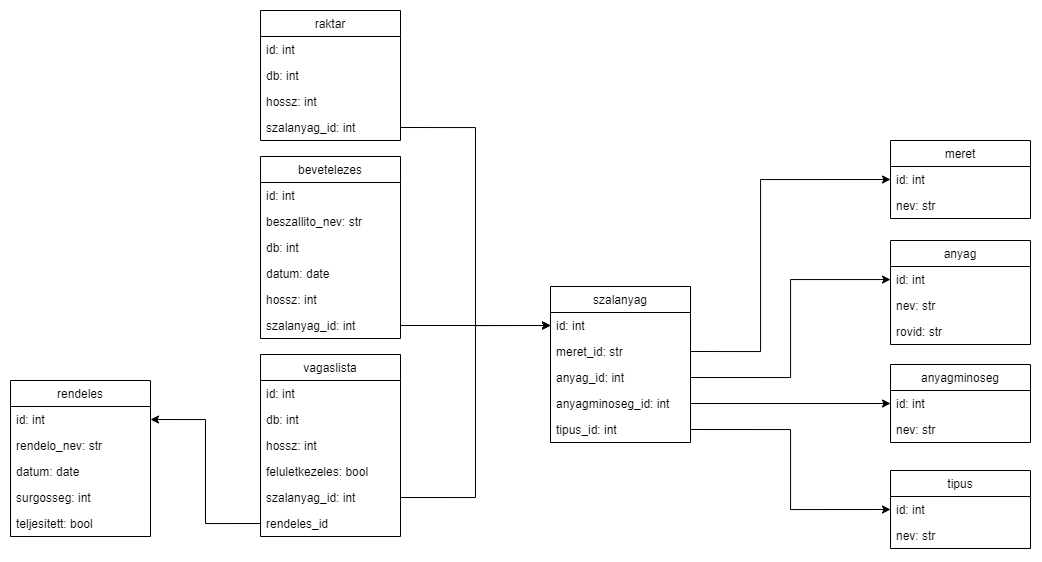
Above: adatbazis.png in haliscsharp/szalanyag_kezelo (draw.io), before the change. Source tidied: cells renumbered, new cells last; positions are measured from the earlier drawing's top-left corner, leaving out a move shared by most shapes.
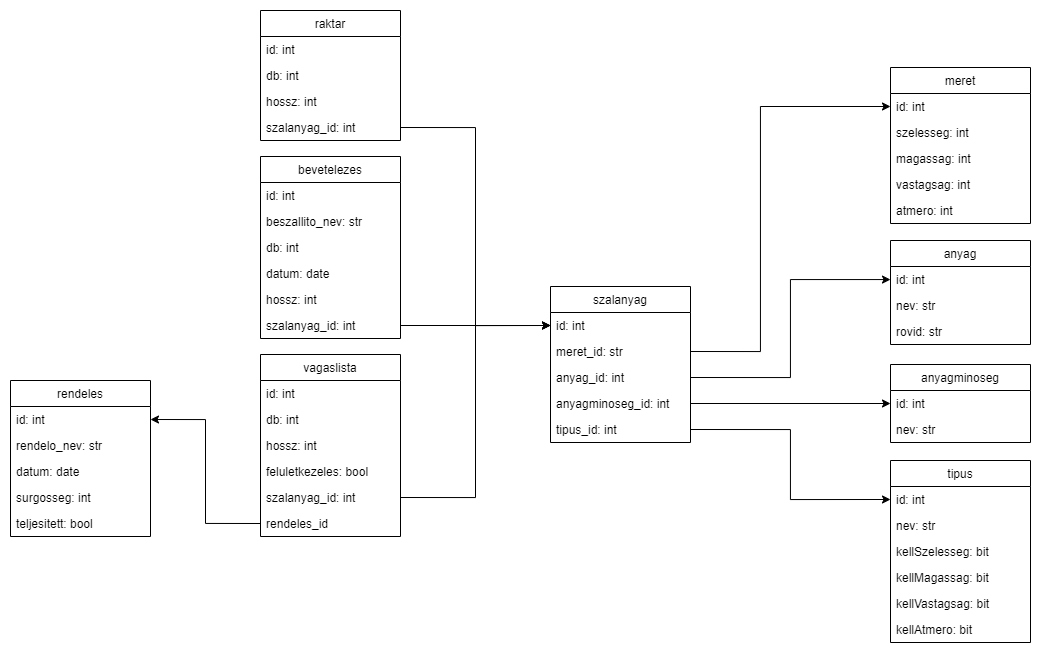
After the change.

Diff of the diagram source:
```diff
@@ -42,7 +42,7 @@
       <mxGeometry y="52" width="140" height="26" as="geometry" />
     </mxCell>
     <mxCell id="15" value="tipus" style="swimlane;fontStyle=0;horizontal=1;startSize=26;fillColor=none;" parent="1" vertex="1">
-      <mxGeometry x="880" y="460" width="140" height="78" as="geometry" />
+      <mxGeometry x="880" y="450" width="140" height="182" as="geometry" />
     </mxCell>
     <mxCell id="16" value="id: int" style="text;strokeColor=none;fillColor=none;align=left;verticalAlign=top;spacingLeft=4;spacingRight=4;overflow=hidden;points=[[0,0.5],[1,0.5]];portConstraint=eastwest;" parent="15" vertex="1">
       <mxGeometry y="26" width="140" height="26" as="geometry" />
@@ -50,6 +50,18 @@
     <mxCell id="17" value="nev: str" style="text;strokeColor=none;fillColor=none;align=left;verticalAlign=top;spacingLeft=4;spacingRight=4;overflow=hidden;" parent="15" vertex="1">
       <mxGeometry y="52" width="140" height="26" as="geometry" />
     </mxCell>
+    <mxCell id="54" value="kellSzelesseg: bit" style="text;strokeColor=none;fillColor=none;align=left;verticalAlign=top;spacingLeft=4;spacingRight=4;overflow=hidden;" parent="15" vertex="1">
+      <mxGeometry y="78" width="140" height="26" as="geometry" />
+    </mxCell>
+    <mxCell id="55" value="kellMagassag: bit" style="text;strokeColor=none;fillColor=none;align=left;verticalAlign=top;spacingLeft=4;spacingRight=4;overflow=hidden;" parent="15" vertex="1">
+      <mxGeometry y="104" width="140" height="26" as="geometry" />
+    </mxCell>
+    <mxCell id="56" value="kellVastagsag: bit" style="text;strokeColor=none;fillColor=none;align=left;verticalAlign=top;spacingLeft=4;spacingRight=4;overflow=hidden;" parent="15" vertex="1">
+      <mxGeometry y="130" width="140" height="26" as="geometry" />
+    </mxCell>
+    <mxCell id="57" value="kellAtmero: bit" style="text;strokeColor=none;fillColor=none;align=left;verticalAlign=top;spacingLeft=4;spacingRight=4;overflow=hidden;" parent="15" vertex="1">
+      <mxGeometry y="156" width="140" height="26" as="geometry" />
+    </mxCell>
     <mxCell id="18" style="edgeStyle=orthogonalEdgeStyle;rounded=0;jettySize=auto;html=1;exitX=1;exitY=0.5;exitDx=0;exitDy=0;" parent="1" edge="1" source="5" target="9">
       <mxGeometry relative="1" as="geometry" />
     </mxCell>
@@ -60,19 +72,28 @@
       <mxGeometry relative="1" as="geometry" />
     </mxCell>
     <mxCell id="21" value="meret" style="swimlane;fontStyle=0;horizontal=1;startSize=26;fillColor=none;" parent="1" vertex="1">
-      <mxGeometry x="880" y="130" width="140" height="78" as="geometry" />
+      <mxGeometry x="880" y="57" width="140" height="156" as="geometry" />
     </mxCell>
     <mxCell id="22" value="id: int" style="text;strokeColor=none;fillColor=none;align=left;verticalAlign=top;spacingLeft=4;spacingRight=4;overflow=hidden;points=[[0,0.5],[1,0.5]];portConstraint=eastwest;" parent="21" vertex="1">
       <mxGeometry y="26" width="140" height="26" as="geometry" />
     </mxCell>
-    <mxCell id="23" value="nev: str" style="text;strokeColor=none;fillColor=none;align=left;verticalAlign=top;spacingLeft=4;spacingRight=4;overflow=hidden;" parent="21" vertex="1">
+    <mxCell id="23" value="szelesseg: int&#10;" style="text;strokeColor=none;fillColor=none;align=left;verticalAlign=top;spacingLeft=4;spacingRight=4;overflow=hidden;" parent="21" vertex="1">
       <mxGeometry y="52" width="140" height="26" as="geometry" />
     </mxCell>
+    <mxCell id="58" value="magassag: int&#10;" style="text;strokeColor=none;fillColor=none;align=left;verticalAlign=top;spacingLeft=4;spacingRight=4;overflow=hidden;" parent="21" vertex="1">
+      <mxGeometry y="78" width="140" height="26" as="geometry" />
+    </mxCell>
+    <mxCell id="59" value="vastagsag: int" style="text;strokeColor=none;fillColor=none;align=left;verticalAlign=top;spacingLeft=4;spacingRight=4;overflow=hidden;" parent="21" vertex="1">
+      <mxGeometry y="104" width="140" height="26" as="geometry" />
+    </mxCell>
+    <mxCell id="60" value="atmero: int" style="text;strokeColor=none;fillColor=none;align=left;verticalAlign=top;spacingLeft=4;spacingRight=4;overflow=hidden;" parent="21" vertex="1">
+      <mxGeometry y="130" width="140" height="26" as="geometry" />
+    </mxCell>
     <mxCell id="24" style="edgeStyle=orthogonalEdgeStyle;rounded=0;jettySize=auto;html=1;exitX=1;exitY=0.5;exitDx=0;exitDy=0;entryX=0;entryY=0.5;entryDx=0;entryDy=0;" parent="1" edge="1" source="4" target="22">
       <mxGeometry relative="1" as="geometry">
         <Array as="points">
           <mxPoint x="750" y="341" />
-          <mxPoint x="750" y="169" />
+          <mxPoint x="750" y="96" />
         </Array>
       </mxGeometry>
     </mxCell>
```
